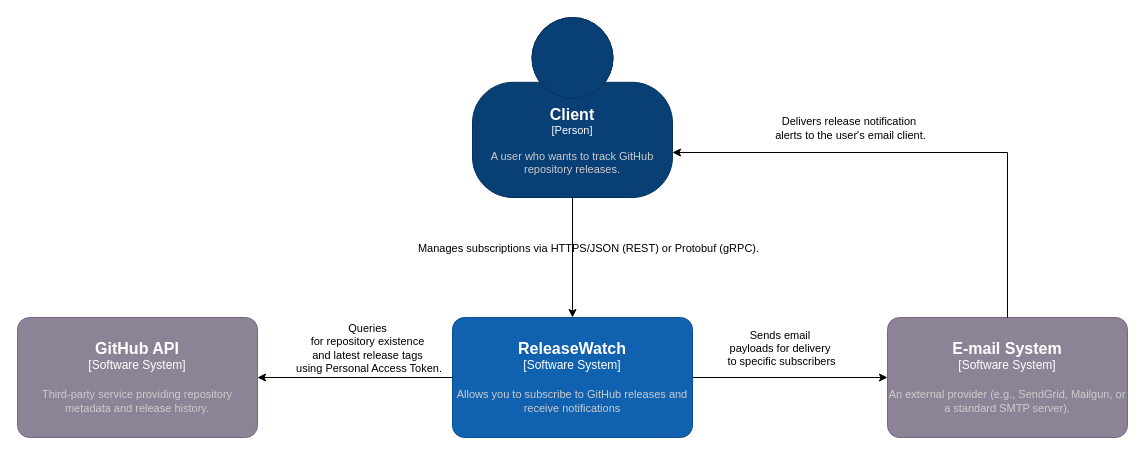
The draw.io diagram docs/с4/с4.drawio in ReilEgor/RepoNotifier, before the edit. Source tidied: cells renumbered, new cells numbered last; positions are measured from the earlier drawing's top-left corner, leaving out a move shared by most shapes. Both pictures are drawn from the tidied source at 100%, with x=0, y=0 at pixel (17, 17).
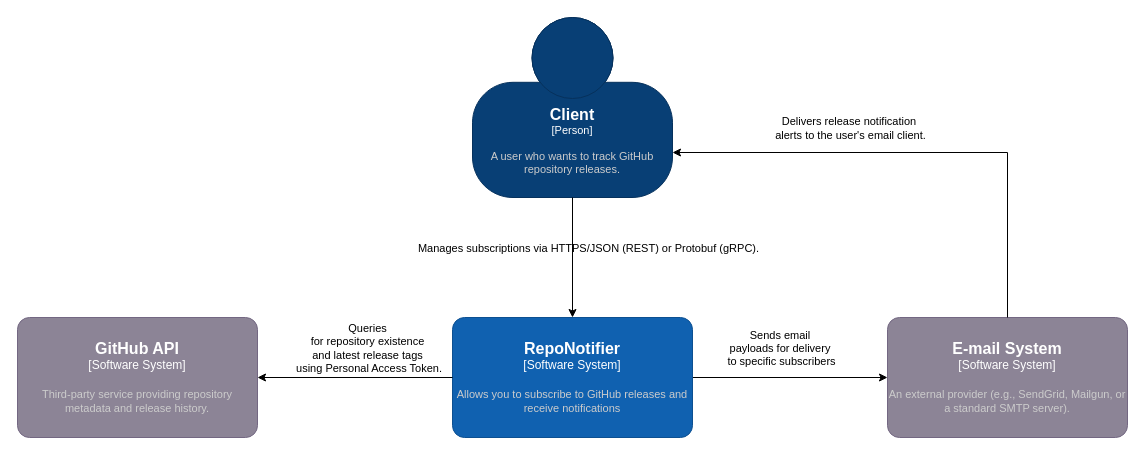
Above is the later version.

What changed in the source:
```diff
@@
-<mxGraphModel>
+<mxGraphModel background="light-dark(#ffffff, #ededed)">
   <root>
     <mxCell id="0" />
     <mxCell id="1" parent="0" />
     <object id="2" label="&lt;font style=&quot;font-size: 16px&quot;&gt;&lt;b&gt;%c4Name%&lt;/b&gt;&lt;/font&gt;&lt;div&gt;[%c4Type%]&lt;/div&gt;&lt;br&gt;&lt;div&gt;&lt;font style=&quot;font-size: 11px&quot;&gt;&lt;font color=&quot;#cccccc&quot;&gt;%c4Description%&lt;/font&gt;&lt;/div&gt;" c4Description="A user who wants to track GitHub repository releases." c4Name="Client" c4Type="Person" placeholders="1">
       <mxCell style="html=1;fontSize=11;dashed=0;whiteSpace=wrap;fillColor=#083F75;strokeColor=#06315C;fontColor=#ffffff;shape=mxgraph.c4.person2;align=center;points=[[0.5,0,0],[1,0.5,0],[1,0.75,0],[0.75,1,0],[0.5,1,0],[0.25,1,0],[0,0.75,0],[0,0.5,0]];" parent="1" vertex="1">
         <mxGeometry x="455" width="200" height="180" as="geometry" />
       </mxCell>
     </object>
     <mxCell id="3" style="edgeStyle=orthogonalEdgeStyle;rounded=0;jettySize=auto;html=1;" parent="1" edge="1" source="5" target="7">
       <mxGeometry relative="1" as="geometry" />
     </mxCell>
     <mxCell id="4" value="Sends email&amp;nbsp;&lt;div&gt;payloads for delivery&amp;nbsp;&lt;/div&gt;&lt;div&gt;to specific subscribers&lt;/div&gt;" style="edgeLabel;html=1;align=center;verticalAlign=middle;" parent="3" vertex="1">
       <mxGeometry x="-0.1" y="1" relative="1" as="geometry">
         <mxPoint y="-29" as="offset" />
       </mxGeometry>
     </mxCell>
-    <object id="5" label="&lt;font style=&quot;font-size: 16px&quot;&gt;&lt;b&gt;%c4Name%&lt;/b&gt;&lt;/font&gt;&lt;div&gt;[%c4Type%]&lt;/div&gt;&lt;br&gt;&lt;div&gt;&lt;font style=&quot;font-size: 11px&quot;&gt;&lt;font color=&quot;#cccccc&quot;&gt;%c4Description%&lt;/font&gt;&lt;/div&gt;" c4Description="Allows you to subscribe to GitHub releases and receive notifications" c4Name="ReleaseWatch" c4Type="Software System" placeholders="1">
+    <object id="5" label="&lt;font style=&quot;font-size: 16px&quot;&gt;&lt;b&gt;%c4Name%&lt;/b&gt;&lt;/font&gt;&lt;div&gt;[%c4Type%]&lt;/div&gt;&lt;br&gt;&lt;div&gt;&lt;font style=&quot;font-size: 11px&quot;&gt;&lt;font color=&quot;#cccccc&quot;&gt;%c4Description%&lt;/font&gt;&lt;/div&gt;" c4Description="Allows you to subscribe to GitHub releases and receive notifications" c4Name="RepoNotifier" c4Type="Software System" placeholders="1">
       <mxCell style="rounded=1;whiteSpace=wrap;html=1;labelBackgroundColor=none;fillColor=#1061B0;fontColor=#ffffff;align=center;arcSize=10;strokeColor=#0D5091;points=[[0.25,0,0],[0.5,0,0],[0.75,0,0],[1,0.25,0],[1,0.5,0],[1,0.75,0],[0.75,1,0],[0.5,1,0],[0.25,1,0],[0,0.75,0],[0,0.5,0],[0,0.25,0]];" parent="1" vertex="1">
         <mxGeometry x="435" y="300" width="240" height="120" as="geometry" />
       </mxCell>
     </object>
     <object id="6" label="&lt;font style=&quot;font-size: 16px&quot;&gt;&lt;b&gt;%c4Name%&lt;/b&gt;&lt;/font&gt;&lt;div&gt;[%c4Type%]&lt;/div&gt;&lt;br&gt;&lt;div&gt;&lt;font style=&quot;font-size: 11px&quot;&gt;&lt;font color=&quot;#cccccc&quot;&gt;%c4Description%&lt;/font&gt;&lt;/div&gt;" c4Description="Third-party service providing repository metadata and release history." c4Name="GitHub API" c4Type="Software System" placeholders="1">
       <mxCell style="rounded=1;whiteSpace=wrap;html=1;labelBackgroundColor=none;fillColor=#8C8496;fontColor=#ffffff;align=center;arcSize=10;strokeColor=#736782;points=[[0.25,0,0],[0.5,0,0],[0.75,0,0],[1,0.25,0],[1,0.5,0],[1,0.75,0],[0.75,1,0],[0.5,1,0],[0.25,1,0],[0,0.75,0],[0,0.5,0],[0,0.25,0]];" parent="1" vertex="1">
         <mxGeometry y="300" width="240" height="120" as="geometry" />
       </mxCell>
     </object>
     <object id="7" label="&lt;font style=&quot;font-size: 16px&quot;&gt;&lt;b&gt;%c4Name%&lt;/b&gt;&lt;/font&gt;&lt;div&gt;[%c4Type%]&lt;/div&gt;&lt;br&gt;&lt;div&gt;&lt;font style=&quot;font-size: 11px&quot;&gt;&lt;font color=&quot;#cccccc&quot;&gt;%c4Description%&lt;/font&gt;&lt;/div&gt;" c4Description="An external provider (e.g., SendGrid, Mailgun, or a standard SMTP server)." c4Name="E-mail System" c4Type="Software System" placeholders="1">
       <mxCell style="rounded=1;whiteSpace=wrap;html=1;labelBackgroundColor=none;fillColor=#8C8496;fontColor=#ffffff;align=center;arcSize=10;strokeColor=#736782;points=[[0.25,0,0],[0.5,0,0],[0.75,0,0],[1,0.25,0],[1,0.5,0],[1,0.75,0],[0.75,1,0],[0.5,1,0],[0.25,1,0],[0,0.75,0],[0,0.5,0],[0,0.25,0]];" parent="1" vertex="1">
         <mxGeometry x="870" y="300" width="240" height="120" as="geometry" />
       </mxCell>
     </object>
     <mxCell id="8" style="edgeStyle=orthogonalEdgeStyle;rounded=0;jettySize=auto;html=1;entryX=1;entryY=0.5;entryDx=0;entryDy=0;entryPerimeter=0;" parent="1" edge="1" source="5" target="6">
       <mxGeometry relative="1" as="geometry" />
     </mxCell>
     <mxCell id="9" value="Queries&lt;div&gt;&amp;nbsp;for repository existence&amp;nbsp;&lt;/div&gt;&lt;div&gt;and latest release tags&lt;/div&gt;&lt;div&gt;&amp;nbsp;using Personal Access Token.&lt;/div&gt;" style="edgeLabel;html=1;align=center;verticalAlign=middle;labelBackgroundColor=none;" parent="8" vertex="1">
       <mxGeometry x="-0.12" y="-3" relative="1" as="geometry">
         <mxPoint y="-27" as="offset" />
       </mxGeometry>
     </mxCell>
     <mxCell id="10" style="edgeStyle=orthogonalEdgeStyle;rounded=0;jettySize=auto;html=1;entryX=0.5;entryY=0;entryDx=0;entryDy=0;entryPerimeter=0;" parent="1" edge="1" source="2" target="5">
       <mxGeometry relative="1" as="geometry" />
     </mxCell>
     <mxCell id="11" value="Manages subscriptions via HTTPS/JSON (REST) or Protobuf (gRPC)." style="edgeLabel;html=1;align=center;verticalAlign=middle;labelBackgroundColor=none;" parent="10" vertex="1">
       <mxGeometry x="-0.16" y="-2" relative="1" as="geometry">
         <mxPoint x="17" as="offset" />
       </mxGeometry>
     </mxCell>
     <mxCell id="12" style="edgeStyle=orthogonalEdgeStyle;rounded=0;jettySize=auto;html=1;entryX=1;entryY=0.75;entryDx=0;entryDy=0;entryPerimeter=0;exitX=0.5;exitY=0;exitDx=0;exitDy=0;exitPerimeter=0;" parent="1" edge="1" source="7" target="2">
       <mxGeometry relative="1" as="geometry" />
     </mxCell>
     <mxCell id="13" value="Delivers release notification&amp;nbsp;&lt;div&gt;alerts to the user's email client.&lt;/div&gt;" style="edgeLabel;html=1;align=center;verticalAlign=middle;" parent="12" vertex="1">
       <mxGeometry x="0.29" y="-3" relative="1" as="geometry">
         <mxPoint y="-22" as="offset" />
       </mxGeometry>
     </mxCell>
   </root>
 </mxGraphModel>
```
